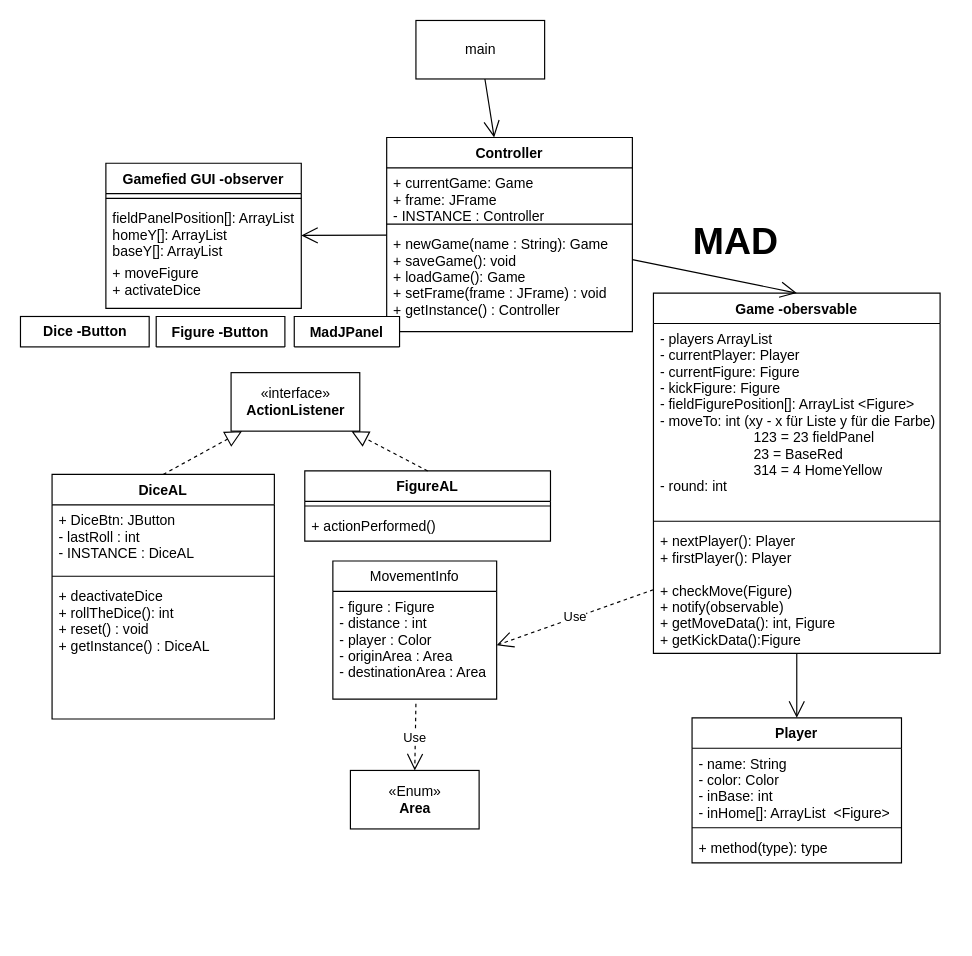
This is MADClassDiagramm.drawio from Derpzz/SPE-MAD, a draw.io file, before an edit. Source tidied: cells renumbered, new cells numbered last; positions are measured from the earlier drawing's top-left corner, leaving out a move shared by most shapes. Both pictures are drawn from the tidied source at 117%, with x=0, y=0 at pixel (20, 20).
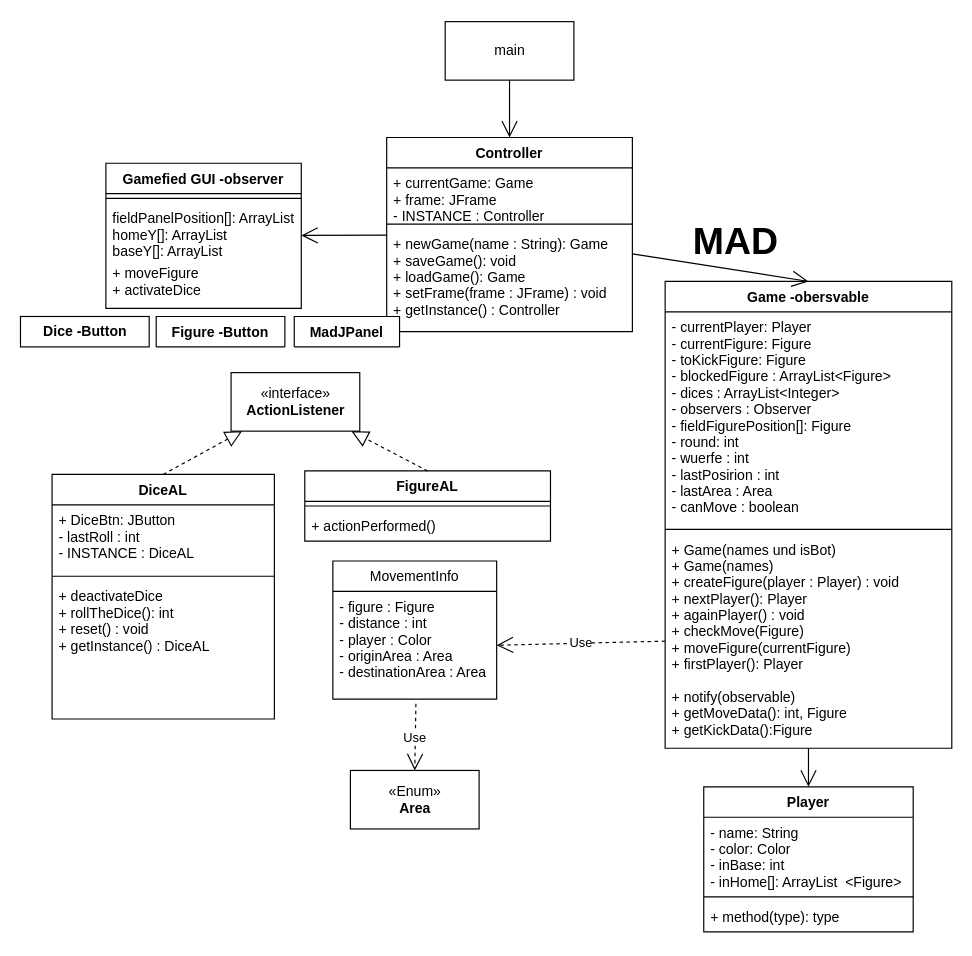
The same diagram, later.

Commit message:
Updated game class

Change to the diagram source:
```diff
@@
     <mxCell id="2" value="Player" style="swimlane;fontStyle=1;align=center;verticalAlign=top;horizontal=1;startSize=26;" parent="1" vertex="1">
-      <mxGeometry x="574" y="596" width="179" height="124" as="geometry" />
+      <mxGeometry x="584" y="655" width="179" height="124" as="geometry" />
     </mxCell>
@@
     <mxCell id="9" value="Game -obersvable" style="swimlane;fontStyle=1;align=center;verticalAlign=top;horizontal=1;startSize=26;" parent="1" vertex="1">
-      <mxGeometry x="541" y="233" width="245" height="308" as="geometry" />
+      <mxGeometry x="551" y="223" width="245" height="399" as="geometry" />
     </mxCell>
-    <mxCell id="10" value="- players ArrayList&#10;- currentPlayer: Player&#10;- currentFigure: Figure&#10;- kickFigure: Figure&#10;- fieldFigurePosition[]: ArrayList &lt;Figure&gt;&#10;- moveTo: int (xy - x für Liste y für die Farbe)&#10;                        123 = 23 fieldPanel &#10;                        23 = BaseRed &#10;                        314 = 4 HomeYellow&#10;- round: int" style="text;strokeColor=none;fillColor=none;align=left;verticalAlign=top;spacingLeft=4;spacingRight=4;overflow=hidden;" parent="9" vertex="1">
-      <mxGeometry y="26" width="245" height="165" as="geometry" />
+    <mxCell id="10" value="- currentPlayer: Player&#10;- currentFigure: Figure&#10;- toKickFigure: Figure&#10;- blockedFigure : ArrayList&lt;Figure&gt;&#10;- dices : ArrayList&lt;Integer&gt;&#10;- observers : Observer&#10;- fieldFigurePosition[]: Figure&#10;- round: int&#10;- wuerfe : int&#10;- lastPosirion : int&#10;- lastArea : Area&#10;- canMove : boolean" style="text;strokeColor=none;fillColor=none;align=left;verticalAlign=top;spacingLeft=4;spacingRight=4;overflow=hidden;" parent="9" vertex="1">
+      <mxGeometry y="26" width="245" height="182" as="geometry" />
     </mxCell>
     <mxCell id="11" style="line;strokeWidth=1;fillColor=none;align=left;verticalAlign=middle;spacingTop=-1;spacingLeft=3;spacingRight=3;labelPosition=right;" parent="9" vertex="1">
-      <mxGeometry y="191" width="245" height="8" as="geometry" />
+      <mxGeometry y="208" width="245" height="8" as="geometry" />
     </mxCell>
-    <mxCell id="12" value="+ nextPlayer(): Player&#10;+ firstPlayer(): Player&#10;&#10;+ checkMove(Figure)&#10;+ notify(observable)&#10;+ getMoveData(): int, Figure&#10;+ getKickData():Figure&#10;&#10;" style="text;strokeColor=none;fillColor=none;align=left;verticalAlign=top;spacingLeft=4;spacingRight=4;overflow=hidden;points=[[0,0.5],[1,0.5]];portConstraint=eastwest;" parent="9" vertex="1">
-      <mxGeometry y="199" width="245" height="109" as="geometry" />
+    <mxCell id="12" value="+ Game(names und isBot)&#10;+ Game(names)&#10;+ createFigure(player : Player) : void&#10;+ nextPlayer(): Player&#10;+ againPlayer() : void&#10;+ checkMove(Figure)&#10;+ moveFigure(currentFigure)&#10;+ firstPlayer(): Player&#10;&#10;+ notify(observable)&#10;+ getMoveData(): int, Figure&#10;+ getKickData():Figure&#10;&#10;" style="text;strokeColor=none;fillColor=none;align=left;verticalAlign=top;spacingLeft=4;spacingRight=4;overflow=hidden;points=[[0,0.5],[1,0.5]];portConstraint=eastwest;" parent="9" vertex="1">
+      <mxGeometry y="216" width="245" height="183" as="geometry" />
     </mxCell>
@@
     <mxCell id="26" value="main" style="html=1;rounded=0;" parent="1" vertex="1">
-      <mxGeometry x="338" width="110" height="50" as="geometry" />
+      <mxGeometry x="363" y="1" width="110" height="50" as="geometry" />
     </mxCell>
```
